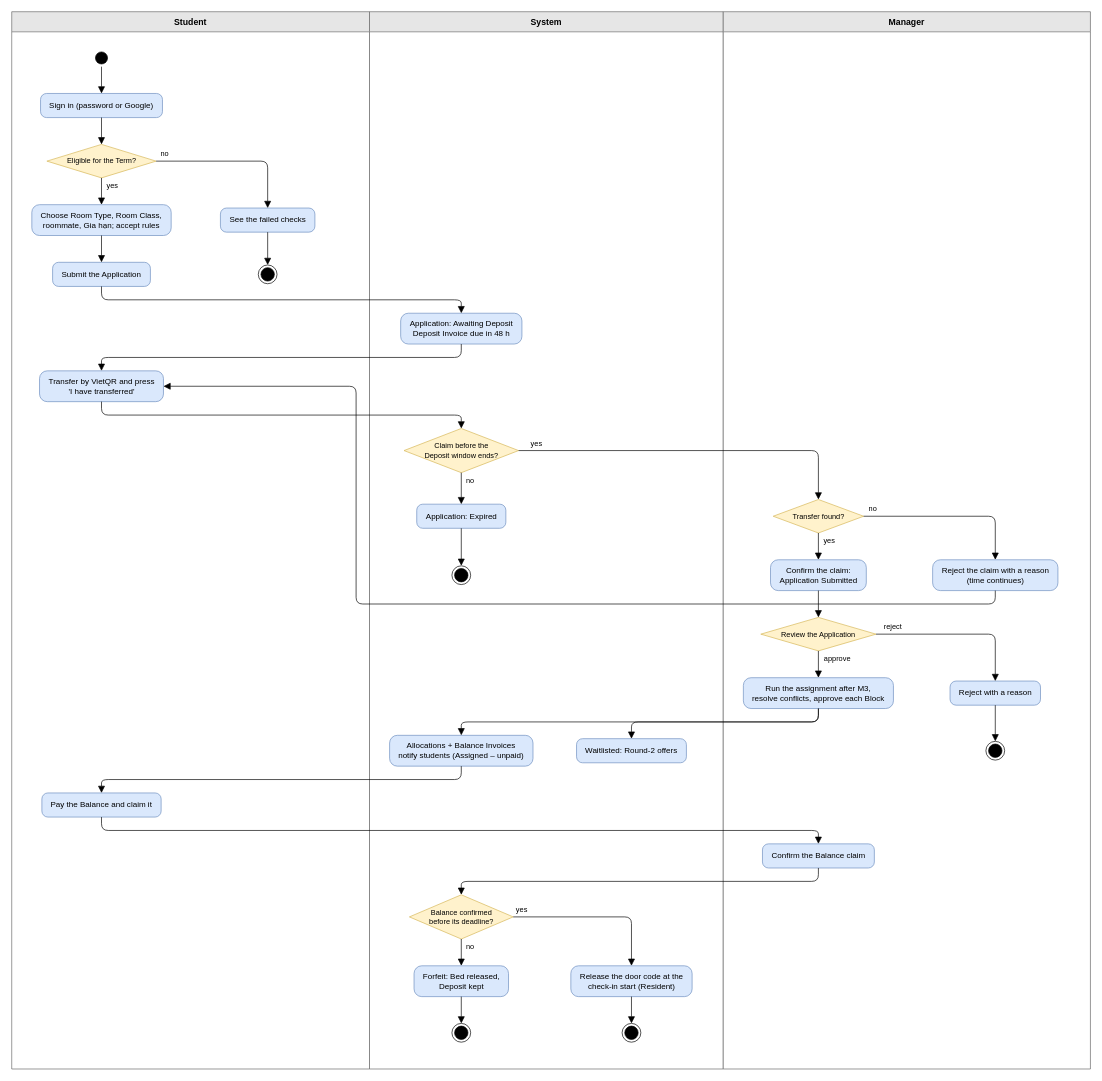
tisou47/CampusStay-FPT keeps this draw.io diagram as docs/diagrams/act-wf01-registration.drawio. Above is the earlier version. Source tidied: cells renumbered, new cells numbered last; positions are measured from the earlier drawing's top-left corner, leaving out a move shared by most shapes. Both pictures are drawn from the tidied source at 67%, with x=0, y=0 at pixel (11, 11).
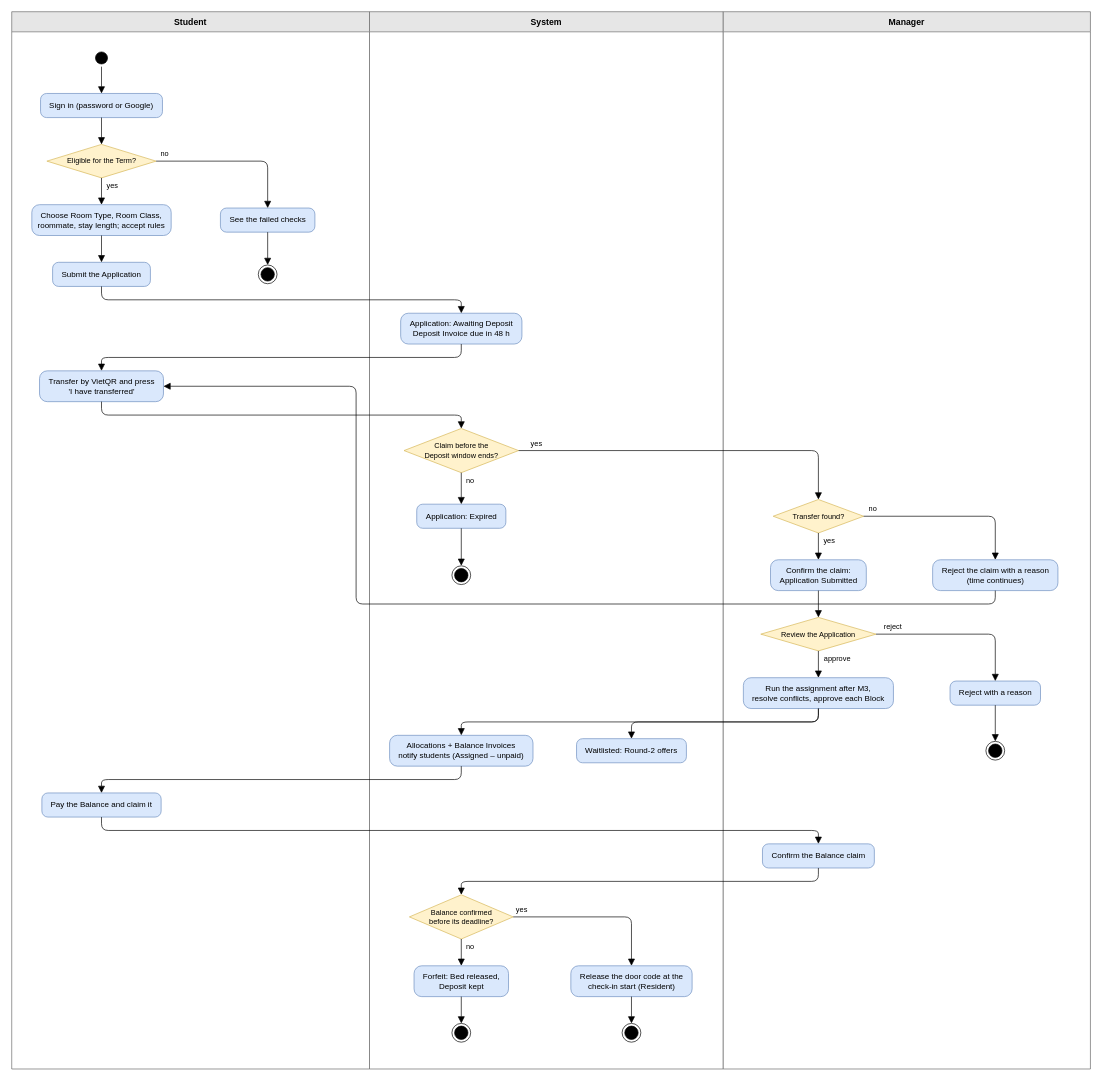
Above is the later version.

The change refers to these unchanged cells:
```xml
<mxCell id="2" value="Student" style="swimlane;startSize=30;html=1;whiteSpace=wrap;fontSize=12;fontFamily=Helvetica;fillColor=#e6e6e6;swimlaneFillColor=#ffffff;strokeColor=#666666;fontStyle=1;fontSize=13;" parent="1" vertex="1">
  <mxGeometry width="534" height="1578" as="geometry" />
</mxCell>
```

Change to the diagram source:
```diff
@@
-    <mxCell id="9" value="Choose Room Type, Room Class,&lt;br&gt;roommate, Gia hạn; accept rules" style="rounded=1;arcSize=25;html=1;whiteSpace=wrap;fontSize=12;fontFamily=Helvetica;fillColor=#dae8fc;strokeColor=#6c8ebf;" parent="2" vertex="1">
+    <mxCell id="9" value="Choose Room Type, Room Class,&lt;br&gt;roommate, stay length; accept rules" style="rounded=1;arcSize=25;html=1;whiteSpace=wrap;fontSize=12;fontFamily=Helvetica;fillColor=#dae8fc;strokeColor=#6c8ebf;" parent="2" vertex="1">
       <mxGeometry x="30" y="288" width="208" height="46" as="geometry" />
     </mxCell>
```
